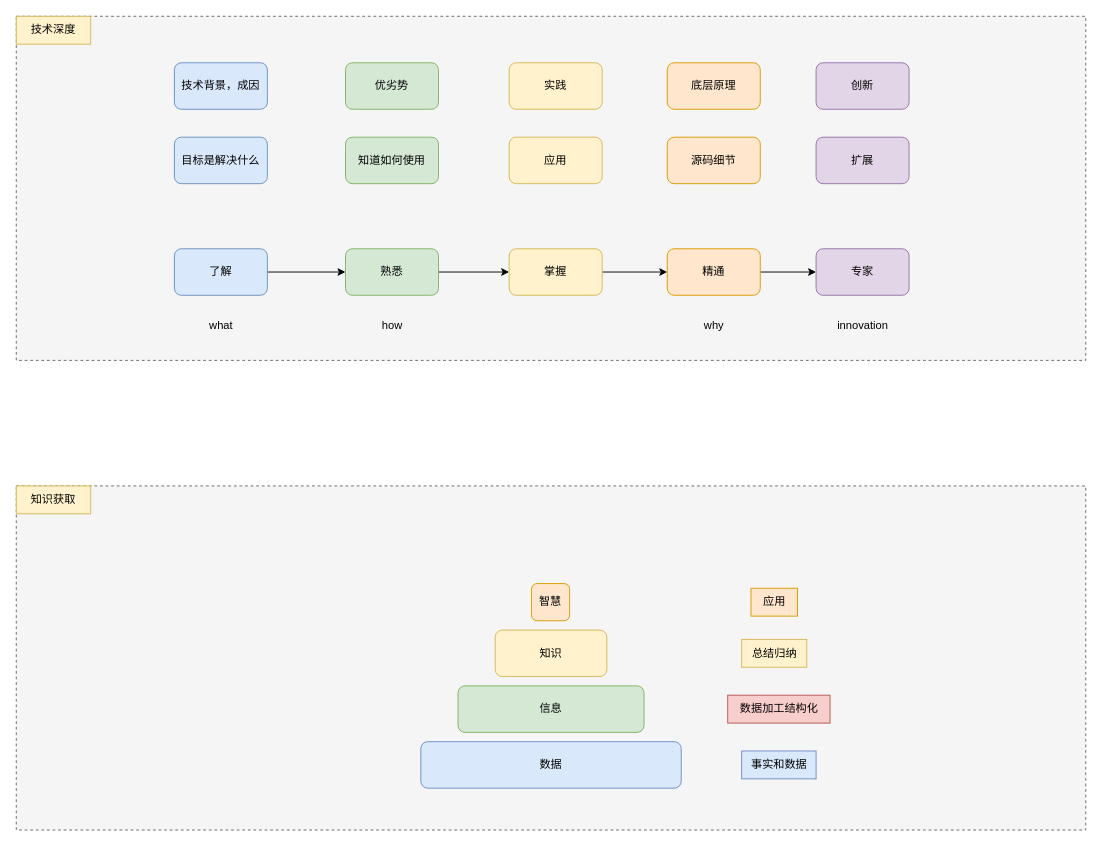
This is page "指导" (1 of 7) of blog.drawio from lovercode/drawio, a draw.io file, before an edit. Source tidied: cells renumbered, new cells numbered last; positions are measured from the earlier drawing's top-left corner, leaving out a move shared by most shapes. Both pictures are drawn from the tidied source at 93%, with x=0, y=0 at pixel (16, 16).
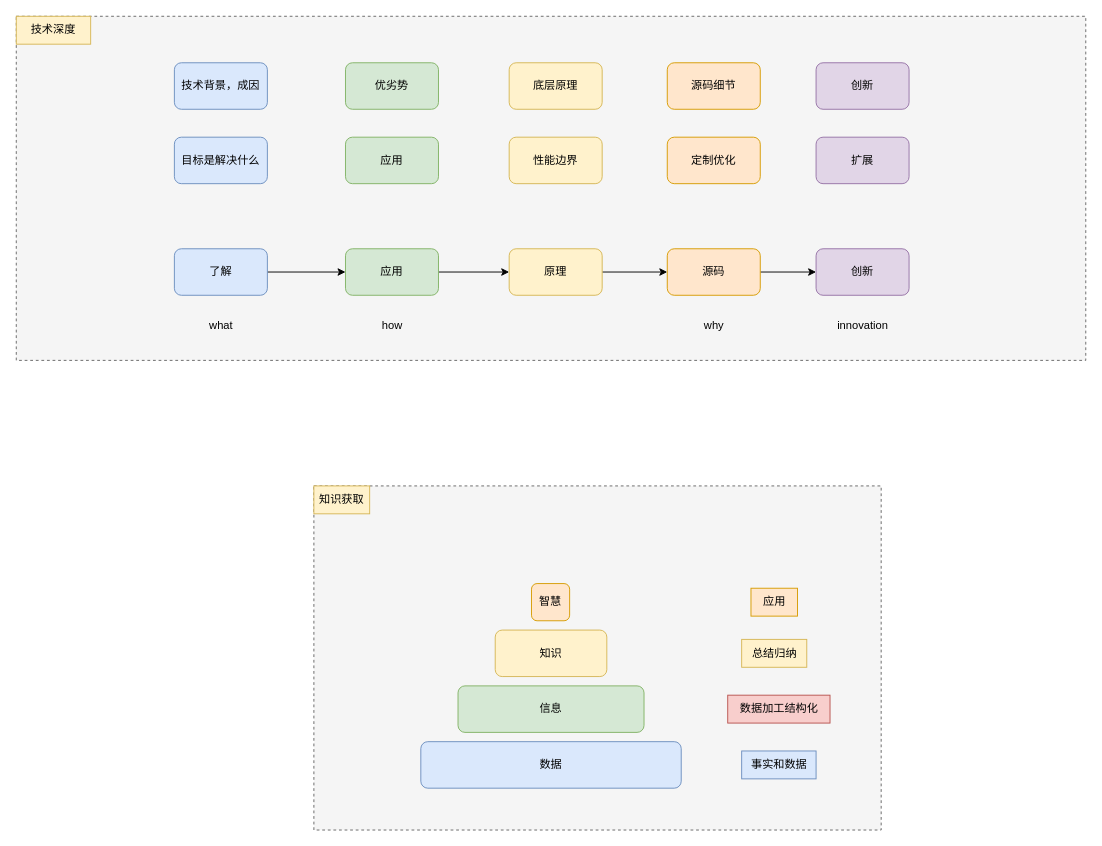
The same diagram, later.

Diff of the diagram source:
```diff
@@
     <mxCell id="2" style="group;" parent="1" vertex="1">
-      <mxGeometry y="505" width="1150" height="370" as="geometry" />
+      <mxGeometry x="320" y="505" width="610" height="370" as="geometry" />
     </mxCell>
     <mxCell id="3" style="rounded=0;whiteSpace=wrap;html=1;fillColor=#f5f5f5;strokeColor=#666666;fontColor=#333333;dashed=1;" parent="2" vertex="1">
-      <mxGeometry width="1150" height="370" as="geometry" />
+      <mxGeometry width="610" height="370" as="geometry" />
     </mxCell>
     <mxCell id="4" value="知识获取" style="rounded=0;whiteSpace=wrap;html=1;fillColor=#fff2cc;strokeColor=#d6b656;" parent="2" vertex="1">
-      <mxGeometry width="80" height="30" as="geometry" />
+      <mxGeometry width="60" height="30" as="geometry" />
     </mxCell>
@@
-    <mxCell id="11" value="熟悉" style="rounded=1;whiteSpace=wrap;html=1;fillColor=#d5e8d4;strokeColor=#82b366;" parent="1" vertex="1">
+    <mxCell id="11" value="应用" style="rounded=1;whiteSpace=wrap;html=1;fillColor=#d5e8d4;strokeColor=#82b366;" parent="1" vertex="1">
       <mxGeometry x="354" y="250" width="100" height="50" as="geometry" />
     </mxCell>
@@
-    <mxCell id="13" value="掌握" style="rounded=1;whiteSpace=wrap;html=1;fillColor=#fff2cc;strokeColor=#d6b656;" parent="1" vertex="1">
+    <mxCell id="13" value="原理" style="rounded=1;whiteSpace=wrap;html=1;fillColor=#fff2cc;strokeColor=#d6b656;" parent="1" vertex="1">
       <mxGeometry x="530" y="250" width="100" height="50" as="geometry" />
     </mxCell>
@@
-    <mxCell id="15" value="精通" style="rounded=1;whiteSpace=wrap;html=1;fillColor=#ffe6cc;strokeColor=#d79b00;" parent="1" vertex="1">
+    <mxCell id="15" value="源码" style="rounded=1;whiteSpace=wrap;html=1;fillColor=#ffe6cc;strokeColor=#d79b00;" parent="1" vertex="1">
       <mxGeometry x="700" y="250" width="100" height="50" as="geometry" />
     </mxCell>
-    <mxCell id="16" value="专家" style="rounded=1;whiteSpace=wrap;html=1;fillColor=#e1d5e7;strokeColor=#9673a6;" parent="1" vertex="1">
+    <mxCell id="16" value="创新" style="rounded=1;whiteSpace=wrap;html=1;fillColor=#e1d5e7;strokeColor=#9673a6;" parent="1" vertex="1">
       <mxGeometry x="860" y="250" width="100" height="50" as="geometry" />
     </mxCell>
@@
-    <mxCell id="20" value="知道如何使用" style="rounded=1;whiteSpace=wrap;html=1;fillColor=#d5e8d4;strokeColor=#82b366;" parent="1" vertex="1">
+    <mxCell id="20" value="应用" style="rounded=1;whiteSpace=wrap;html=1;fillColor=#d5e8d4;strokeColor=#82b366;" parent="1" vertex="1">
       <mxGeometry x="354" y="130" width="100" height="50" as="geometry" />
     </mxCell>
@@
-    <mxCell id="24" value="实践" style="rounded=1;whiteSpace=wrap;html=1;fillColor=#fff2cc;strokeColor=#d6b656;" parent="1" vertex="1">
+    <mxCell id="24" value="底层原理" style="rounded=1;whiteSpace=wrap;html=1;fillColor=#fff2cc;strokeColor=#d6b656;" parent="1" vertex="1">
       <mxGeometry x="530" y="50" width="100" height="50" as="geometry" />
     </mxCell>
-    <mxCell id="25" value="应用" style="rounded=1;whiteSpace=wrap;html=1;fillColor=#fff2cc;strokeColor=#d6b656;" parent="1" vertex="1">
+    <mxCell id="25" value="性能边界" style="rounded=1;whiteSpace=wrap;html=1;fillColor=#fff2cc;strokeColor=#d6b656;" parent="1" vertex="1">
       <mxGeometry x="530" y="130" width="100" height="50" as="geometry" />
     </mxCell>
-    <mxCell id="26" value="源码细节" style="rounded=1;whiteSpace=wrap;html=1;fillColor=#ffe6cc;strokeColor=#d79b00;" parent="1" vertex="1">
+    <mxCell id="26" value="定制优化" style="rounded=1;whiteSpace=wrap;html=1;fillColor=#ffe6cc;strokeColor=#d79b00;" parent="1" vertex="1">
       <mxGeometry x="700" y="130" width="100" height="50" as="geometry" />
     </mxCell>
-    <mxCell id="27" value="底层原理" style="rounded=1;whiteSpace=wrap;html=1;fillColor=#ffe6cc;strokeColor=#d79b00;" parent="1" vertex="1">
+    <mxCell id="27" value="源码细节" style="rounded=1;whiteSpace=wrap;html=1;fillColor=#ffe6cc;strokeColor=#d79b00;" parent="1" vertex="1">
       <mxGeometry x="700" y="50" width="100" height="50" as="geometry" />
     </mxCell>
```
